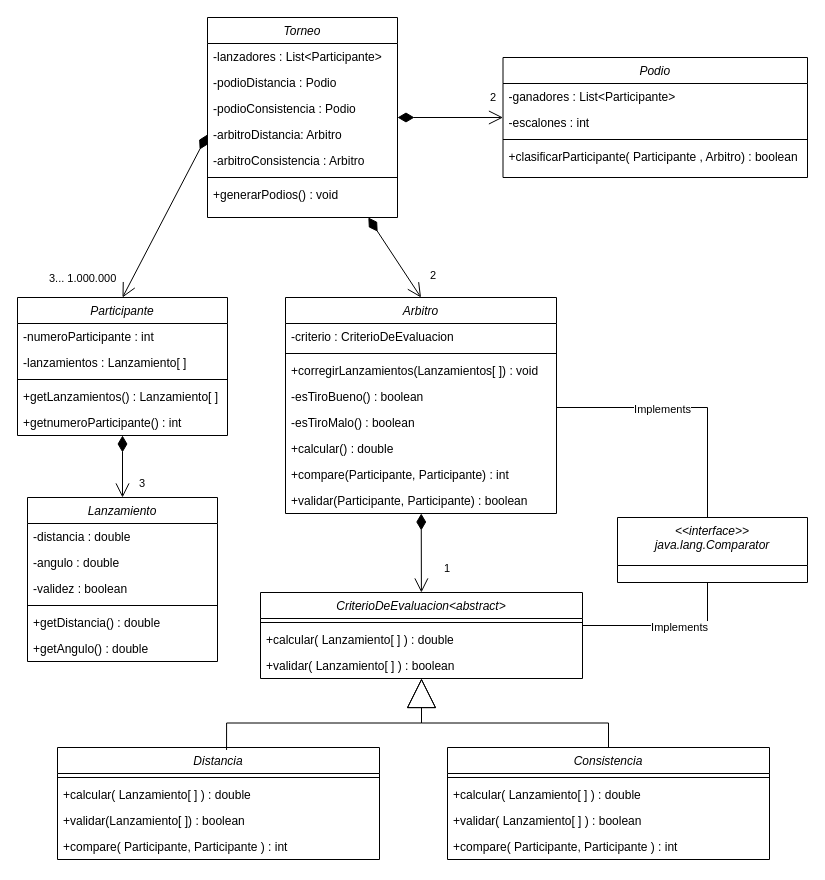
The draw.io diagram LanzandoCaber/Lanzando el cáber .drawio in Dami1223/LanzandoELCaber, before the edit. Source tidied: cells renumbered, new cells numbered last; positions are measured from the earlier drawing's top-left corner, leaving out a move shared by most shapes. Both pictures are drawn from the tidied source at 100%, with x=0, y=0 at pixel (17, 17).
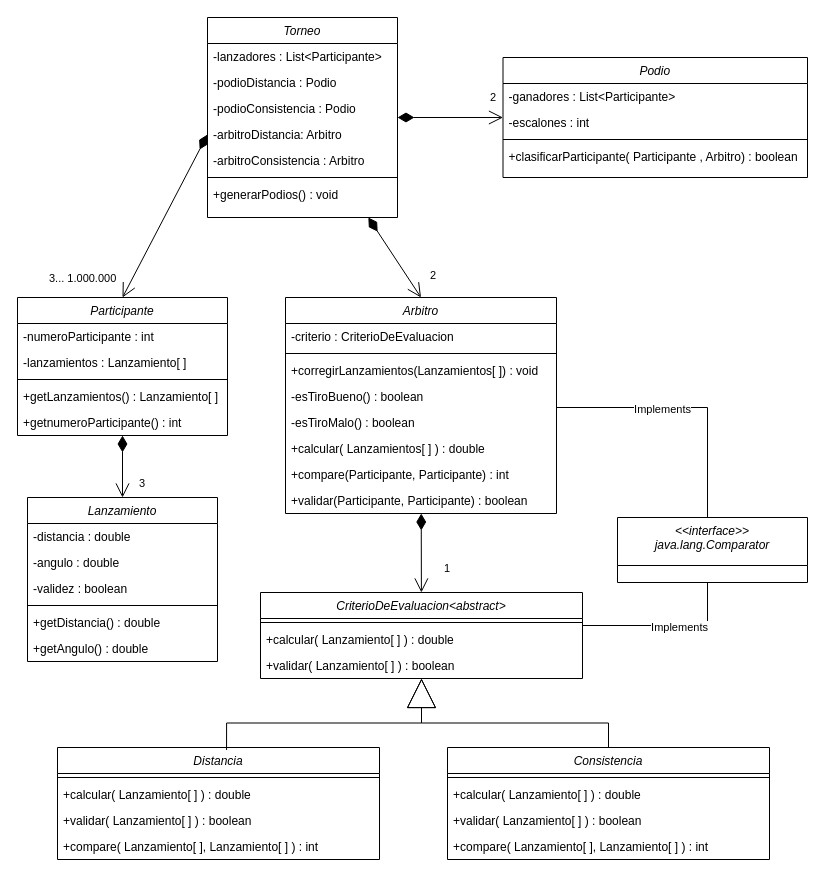
After the change.

Commit message (it also covers changes not shown here):
Se actualiza el compare del criterio de evaluacion

Unchanged cells that the change refers to:
```xml
<mxCell id="30" value="Arbitro" style="swimlane;fontStyle=2;align=center;verticalAlign=top;horizontal=1;startSize=26;rounded=0;shadow=0;strokeWidth=1;" parent="1" vertex="1">
  <mxGeometry x="268" y="280" width="271" height="216" as="geometry" />
</mxCell>
<mxCell id="45" value="Distancia" style="swimlane;fontStyle=2;align=center;verticalAlign=top;horizontal=1;startSize=26;rounded=0;shadow=0;strokeWidth=1;" parent="1" vertex="1">
  <mxGeometry x="40" y="730" width="322" height="112" as="geometry" />
</mxCell>
<mxCell id="51" value="Consistencia" style="swimlane;fontStyle=2;align=center;verticalAlign=top;horizontal=1;startSize=26;rounded=0;shadow=0;strokeWidth=1;" parent="1" vertex="1">
  <mxGeometry x="430" y="730" width="322" height="112" as="geometry" />
</mxCell>
```

Diff of the diagram source:
```diff
@@
-    <mxCell id="36" value="+calcular() : double" style="text;align=left;verticalAlign=top;spacingLeft=4;spacingRight=4;overflow=hidden;" parent="30" vertex="1">
+    <mxCell id="36" value="+calcular( Lanzamientos[ ] ) : double" style="text;align=left;verticalAlign=top;spacingLeft=4;spacingRight=4;overflow=hidden;" parent="30" vertex="1">
       <mxGeometry y="138" width="271" height="26" as="geometry" />
     </mxCell>
@@
-    <mxCell id="48" value="+validar(Lanzamiento[ ]) : boolean" style="text;align=left;verticalAlign=top;spacingLeft=4;spacingRight=4;overflow=hidden;rounded=0;shadow=0;html=0;" parent="45" vertex="1">
+    <mxCell id="48" value="+validar( Lanzamiento[ ] ) : boolean" style="text;align=left;verticalAlign=top;spacingLeft=4;spacingRight=4;overflow=hidden;rounded=0;shadow=0;html=0;" parent="45" vertex="1">
       <mxGeometry y="60" width="322" height="26" as="geometry" />
     </mxCell>
-    <mxCell id="49" value="+compare( Participante, Participante ) : int" style="text;align=left;verticalAlign=top;spacingLeft=4;spacingRight=4;overflow=hidden;rounded=0;shadow=0;html=0;" parent="45" vertex="1">
+    <mxCell id="49" value="+compare( Lanzamiento[ ], Lanzamiento[ ] ) : int" style="text;align=left;verticalAlign=top;spacingLeft=4;spacingRight=4;overflow=hidden;rounded=0;shadow=0;html=0;" parent="45" vertex="1">
       <mxGeometry y="86" width="322" height="26" as="geometry" />
     </mxCell>
@@
-    <mxCell id="55" value="+compare( Participante, Participante ) : int" style="text;align=left;verticalAlign=top;spacingLeft=4;spacingRight=4;overflow=hidden;rounded=0;shadow=0;html=0;" parent="51" vertex="1">
-      <mxGeometry y="86" width="322" height="26" as="geometry" />
-    </mxCell>
+    <mxCell id="63" value="+compare( Lanzamiento[ ], Lanzamiento[ ] ) : int" style="text;align=left;verticalAlign=top;spacingLeft=4;spacingRight=4;overflow=hidden;rounded=0;shadow=0;html=0;" parent="51" vertex="1">
+      <mxGeometry y="86" width="322" height="26" as="geometry" />
+    </mxCell>
```
